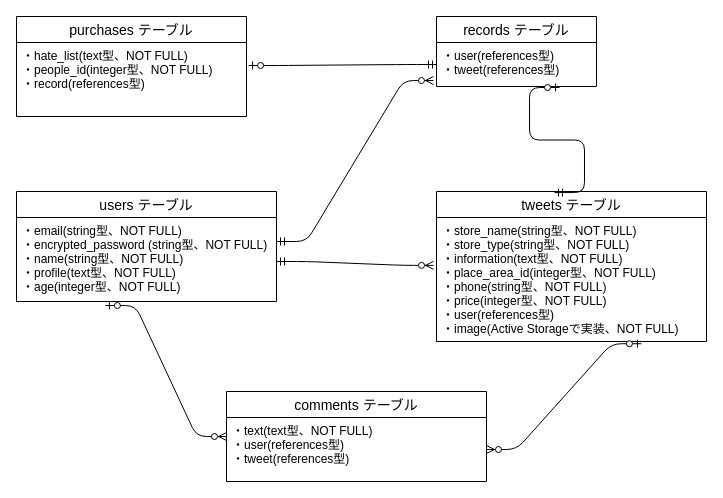
The draw.io diagram omoide.dio in Kazutosi110/omoide-35234, before the edit. Source tidied: cells renumbered, new cells numbered last; positions are measured from the earlier drawing's top-left corner, leaving out a move shared by most shapes. Both pictures are drawn from the tidied source at 100%, with x=0, y=0 at pixel (16, 16).
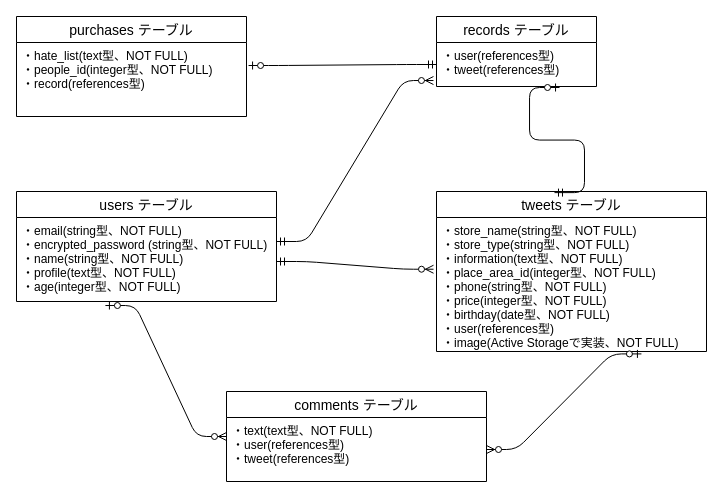
After the change.

Diff of the diagram source:
```diff
@@
 <mxGraphModel>
   <root>
     <mxCell id="0" />
     <mxCell id="1" parent="0" />
     <mxCell id="2" value="tweets テーブル" style="swimlane;fontStyle=0;horizontal=1;startSize=26;align=center;fontSize=14;" parent="1" vertex="1">
-      <mxGeometry x="420" y="175" width="270" height="150" as="geometry" />
+      <mxGeometry x="420" y="175" width="270" height="160" as="geometry" />
     </mxCell>
-    <mxCell id="3" value="・store_name(string型、NOT FULL)&#10;・store_type(string型、NOT FULL)&#10;・information(text型、NOT FULL)&#10;・place_area_id(integer型、NOT FULL)&#10;・phone(string型、NOT FULL)&#10;・price(integer型、NOT FULL)&#10;・user(references型)&#10;・image(Active Storageで実装、NOT FULL)" style="text;strokeColor=none;fillColor=none;spacingLeft=4;spacingRight=4;overflow=hidden;points=[[0,0.5],[1,0.5]];portConstraint=eastwest;fontSize=12;" parent="2" vertex="1">
-      <mxGeometry y="26" width="270" height="124" as="geometry" />
+    <mxCell id="3" value="・store_name(string型、NOT FULL)&#10;・store_type(string型、NOT FULL)&#10;・information(text型、NOT FULL)&#10;・place_area_id(integer型、NOT FULL)&#10;・phone(string型、NOT FULL)&#10;・price(integer型、NOT FULL)&#10;・birthday(date型、NOT FULL)&#10;・user(references型)&#10;・image(Active Storageで実装、NOT FULL)" style="text;strokeColor=none;fillColor=none;spacingLeft=4;spacingRight=4;overflow=hidden;points=[[0,0.5],[1,0.5]];portConstraint=eastwest;fontSize=12;" parent="2" vertex="1">
+      <mxGeometry y="26" width="270" height="134" as="geometry" />
     </mxCell>
     <mxCell id="4" value="users テーブル" style="swimlane;fontStyle=0;horizontal=1;startSize=26;align=center;fontSize=14;" parent="1" vertex="1">
       <mxGeometry y="175" width="260" height="110" as="geometry" />
     </mxCell>
     <mxCell id="5" value="・email(string型、NOT FULL)&#10;・encrypted_password (string型、NOT FULL)&#10;・name(string型、NOT FULL) &#10;・profile(text型、NOT FULL)&#10;・age(integer型、NOT FULL)" style="text;strokeColor=none;fillColor=none;spacingLeft=4;spacingRight=4;overflow=hidden;points=[[0,0.5],[1,0.5]];portConstraint=eastwest;fontSize=12;" parent="4" vertex="1">
       <mxGeometry y="26" width="260" height="84" as="geometry" />
     </mxCell>
     <mxCell id="6" value="purchases テーブル" style="swimlane;fontStyle=0;horizontal=1;startSize=26;align=center;fontSize=14;" parent="1" vertex="1">
       <mxGeometry width="230" height="100" as="geometry" />
     </mxCell>
     <mxCell id="7" value="・hate_list(text型、NOT FULL)&#10;・people_id(integer型、NOT FULL)&#10;・record(references型)" style="text;strokeColor=none;fillColor=none;spacingLeft=4;spacingRight=4;overflow=hidden;points=[[0,0.5],[1,0.5]];portConstraint=eastwest;fontSize=12;" parent="6" vertex="1">
       <mxGeometry y="26" width="230" height="74" as="geometry" />
     </mxCell>
     <mxCell id="8" value="records テーブル" style="swimlane;fontStyle=0;horizontal=1;startSize=26;align=center;fontSize=14;" parent="1" vertex="1">
       <mxGeometry x="420" width="160" height="70" as="geometry" />
     </mxCell>
     <mxCell id="9" value="・user(references型)&#10;・tweet(references型)" style="text;strokeColor=none;fillColor=none;spacingLeft=4;spacingRight=4;overflow=hidden;points=[[0,0.5],[1,0.5]];portConstraint=eastwest;fontSize=12;" parent="8" vertex="1">
       <mxGeometry y="26" width="160" height="44" as="geometry" />
     </mxCell>
     <mxCell id="10" value="comments テーブル" style="swimlane;fontStyle=0;horizontal=1;startSize=26;align=center;fontSize=14;" parent="1" vertex="1">
       <mxGeometry x="210" y="375" width="260" height="90" as="geometry" />
     </mxCell>
     <mxCell id="11" value="・text(text型、NOT FULL)&#10;・user(references型)&#10;・tweet(references型)" style="text;strokeColor=none;fillColor=none;spacingLeft=4;spacingRight=4;overflow=hidden;points=[[0,0.5],[1,0.5]];portConstraint=eastwest;fontSize=12;" parent="10" vertex="1">
       <mxGeometry y="26" width="260" height="64" as="geometry" />
     </mxCell>
     <mxCell id="12" style="edgeStyle=entityRelationEdgeStyle;fontSize=12;html=1;endArrow=ERzeroToMany;startArrow=ERzeroToOne;exitX=0.342;exitY=1.048;exitDx=0;exitDy=0;exitPerimeter=0;" parent="1" edge="1" source="5">
       <mxGeometry relative="1" as="geometry">
         <mxPoint x="210" y="420" as="targetPoint" />
       </mxGeometry>
     </mxCell>
     <mxCell id="13" style="edgeStyle=entityRelationEdgeStyle;fontSize=12;html=1;endArrow=ERzeroToMany;startArrow=ERzeroToOne;exitX=0.759;exitY=1.018;exitDx=0;exitDy=0;exitPerimeter=0;" parent="1" edge="1" source="3" target="11">
       <mxGeometry relative="1" as="geometry" />
     </mxCell>
     <mxCell id="14" style="edgeStyle=entityRelationEdgeStyle;fontSize=12;html=1;endArrow=ERzeroToMany;startArrow=ERmandOne;entryX=-0.011;entryY=0.386;entryDx=0;entryDy=0;entryPerimeter=0;" parent="1" edge="1" target="3">
       <mxGeometry relative="1" as="geometry">
         <mxPoint x="260" y="245" as="sourcePoint" />
       </mxGeometry>
     </mxCell>
     <mxCell id="15" style="edgeStyle=entityRelationEdgeStyle;fontSize=12;html=1;endArrow=ERzeroToMany;startArrow=ERmandOne;entryX=-0.019;entryY=0.864;entryDx=0;entryDy=0;entryPerimeter=0;" parent="1" edge="1" target="9">
       <mxGeometry relative="1" as="geometry">
         <mxPoint x="260" y="225" as="sourcePoint" />
       </mxGeometry>
     </mxCell>
     <mxCell id="16" style="edgeStyle=entityRelationEdgeStyle;fontSize=12;html=1;endArrow=ERzeroToOne;startArrow=ERmandOne;entryX=1.009;entryY=0.311;entryDx=0;entryDy=0;entryPerimeter=0;exitX=0;exitY=0.5;exitDx=0;exitDy=0;" parent="1" edge="1" source="9" target="7">
       <mxGeometry relative="1" as="geometry" />
     </mxCell>
     <mxCell id="17" style="edgeStyle=entityRelationEdgeStyle;fontSize=12;html=1;endArrow=ERzeroToOne;startArrow=ERmandOne;exitX=0.437;exitY=0.007;exitDx=0;exitDy=0;exitPerimeter=0;entryX=0.769;entryY=1.023;entryDx=0;entryDy=0;entryPerimeter=0;" parent="1" edge="1" source="2" target="9">
       <mxGeometry relative="1" as="geometry" />
     </mxCell>
   </root>
 </mxGraphModel>
```
